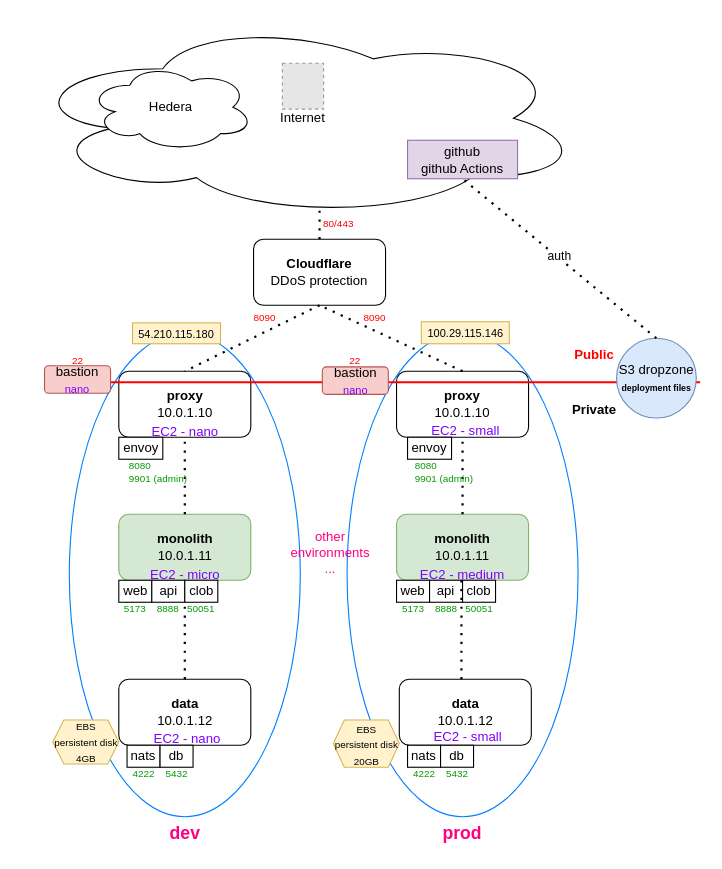
Amplified-Information/testing keeps this draw.io diagram as resources/Predict.drawio. Above is the earlier version. Source tidied: cells renumbered, new cells numbered last; positions are measured from the earlier drawing's top-left corner, leaving out a move shared by most shapes. Both pictures are drawn from the tidied source at 110%, with x=0, y=0 at pixel (22, 19). Pictures stored in the file or linked from it are replaced by grey dashed boxes.
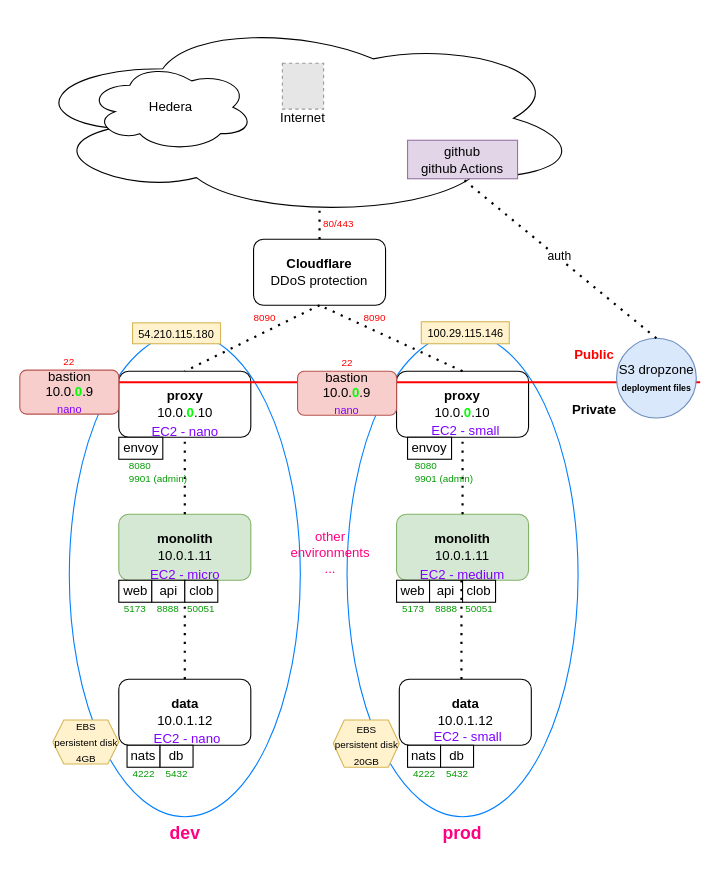
Above is the later version.

Change to the diagram source:
```diff
@@
-    <mxCell id="4" value="&lt;b&gt;proxy&lt;/b&gt;&lt;br&gt;&lt;div&gt;10.0.1.10&lt;/div&gt;" style="rounded=1;whiteSpace=wrap;html=1;" parent="1" vertex="1">
+    <mxCell id="4" value="&lt;b&gt;proxy&lt;/b&gt;&lt;br&gt;&lt;div&gt;10.0.&lt;font style=&quot;color: rgb(0, 255, 0);&quot;&gt;&lt;b&gt;0&lt;/b&gt;&lt;/font&gt;.10&lt;/div&gt;" style="rounded=1;whiteSpace=wrap;html=1;" parent="1" vertex="1">
       <mxGeometry x="87.5" y="320" width="120" height="60" as="geometry" />
     </mxCell>
@@
-    <mxCell id="36" value="&lt;b&gt;proxy&lt;/b&gt;&lt;br&gt;10.0.1.10" style="rounded=1;whiteSpace=wrap;html=1;" parent="1" vertex="1">
+    <mxCell id="36" value="&lt;b&gt;proxy&lt;/b&gt;&lt;br&gt;10.0.&lt;b&gt;&lt;font style=&quot;color: rgb(0, 255, 0);&quot;&gt;0&lt;/font&gt;&lt;/b&gt;.10" style="rounded=1;whiteSpace=wrap;html=1;" parent="1" vertex="1">
       <mxGeometry x="340" y="320" width="120" height="60" as="geometry" />
     </mxCell>
@@
-    <mxCell id="62" value="bastion&lt;div&gt;&lt;font style=&quot;color: rgb(127, 0, 255); font-size: 10px;&quot;&gt;nano&lt;/font&gt;&lt;/div&gt;" style="rounded=1;whiteSpace=wrap;html=1;fillColor=#f8cecc;strokeColor=#b85450;" parent="1" vertex="1">
-      <mxGeometry x="20" y="315" width="60" height="25" as="geometry" />
+    <mxCell id="62" value="bastion&lt;div&gt;10.0.&lt;b&gt;&lt;font style=&quot;color: rgb(0, 255, 0);&quot;&gt;0&lt;/font&gt;&lt;/b&gt;.9&lt;br&gt;&lt;div&gt;&lt;font style=&quot;color: rgb(127, 0, 255); font-size: 10px;&quot;&gt;nano&lt;/font&gt;&lt;/div&gt;&lt;/div&gt;" style="rounded=1;whiteSpace=wrap;html=1;fillColor=#f8cecc;strokeColor=#b85450;" parent="1" vertex="1">
+      <mxGeometry x="-2.5" y="319" width="90" height="40" as="geometry" />
     </mxCell>
     <mxCell id="63" value="&lt;font style=&quot;font-size: 9px; color: rgb(255, 0, 0);&quot;&gt;22&lt;/font&gt;" style="text;html=1;whiteSpace=wrap;strokeColor=none;fillColor=none;align=center;verticalAlign=middle;rounded=0;" parent="1" vertex="1">
-      <mxGeometry x="27.5" y="305" width="45" height="10" as="geometry" />
+      <mxGeometry x="20" y="305.5" width="45" height="10" as="geometry" />
     </mxCell>
-    <mxCell id="64" value="&lt;font style=&quot;font-size: 9px; color: rgb(255, 0, 0);&quot;&gt;22&lt;/font&gt;" style="text;html=1;whiteSpace=wrap;strokeColor=none;fillColor=none;align=center;verticalAlign=middle;rounded=0;" parent="1" vertex="1">
-      <mxGeometry x="280" y="305" width="45" height="10" as="geometry" />
-    </mxCell>
-    <mxCell id="65" value="bastion&lt;div&gt;&lt;font style=&quot;color: rgb(127, 0, 255); font-size: 10px;&quot;&gt;nano&lt;/font&gt;&lt;/div&gt;" style="rounded=1;whiteSpace=wrap;html=1;fillColor=#f8cecc;strokeColor=#b85450;" parent="1" vertex="1">
-      <mxGeometry x="272.5" y="316" width="60" height="25" as="geometry" />
-    </mxCell>
@@
+    <mxCell id="72" value="bastion&lt;div&gt;10.0.&lt;b&gt;&lt;font style=&quot;color: rgb(0, 255, 0);&quot;&gt;0&lt;/font&gt;&lt;/b&gt;.9&lt;br&gt;&lt;div&gt;&lt;font style=&quot;color: rgb(127, 0, 255); font-size: 10px;&quot;&gt;nano&lt;/font&gt;&lt;/div&gt;&lt;/div&gt;" style="rounded=1;whiteSpace=wrap;html=1;fillColor=#f8cecc;strokeColor=#b85450;" parent="1" vertex="1">
+      <mxGeometry x="250" y="320" width="90" height="40" as="geometry" />
+    </mxCell>
+    <mxCell id="64" value="&lt;font style=&quot;font-size: 9px; color: rgb(255, 0, 0);&quot;&gt;22&lt;/font&gt;" style="text;html=1;whiteSpace=wrap;strokeColor=none;fillColor=none;align=center;verticalAlign=middle;rounded=0;" parent="1" vertex="1">
+      <mxGeometry x="272.5" y="306.5" width="45" height="10" as="geometry" />
+    </mxCell>
```
